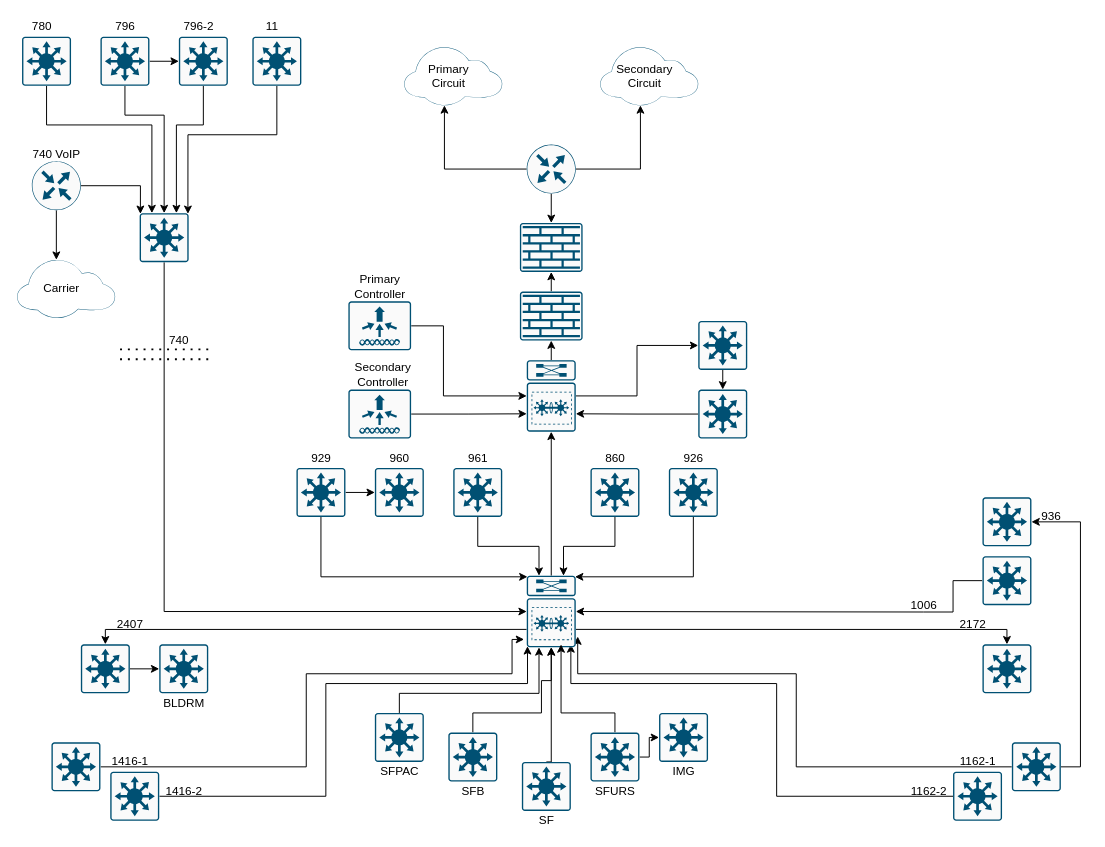
Before: page "Primary Site" (1 of 4) of nhlem.drawio in johnnynieves/test_diagrams, a draw.io diagram. Source tidied: cells renumbered, new cells numbered last; positions are measured from the earlier drawing's top-left corner, leaving out a move shared by most shapes. Both pictures are drawn from the tidied source at 98%, with x=0, y=0 at pixel (17, 17).
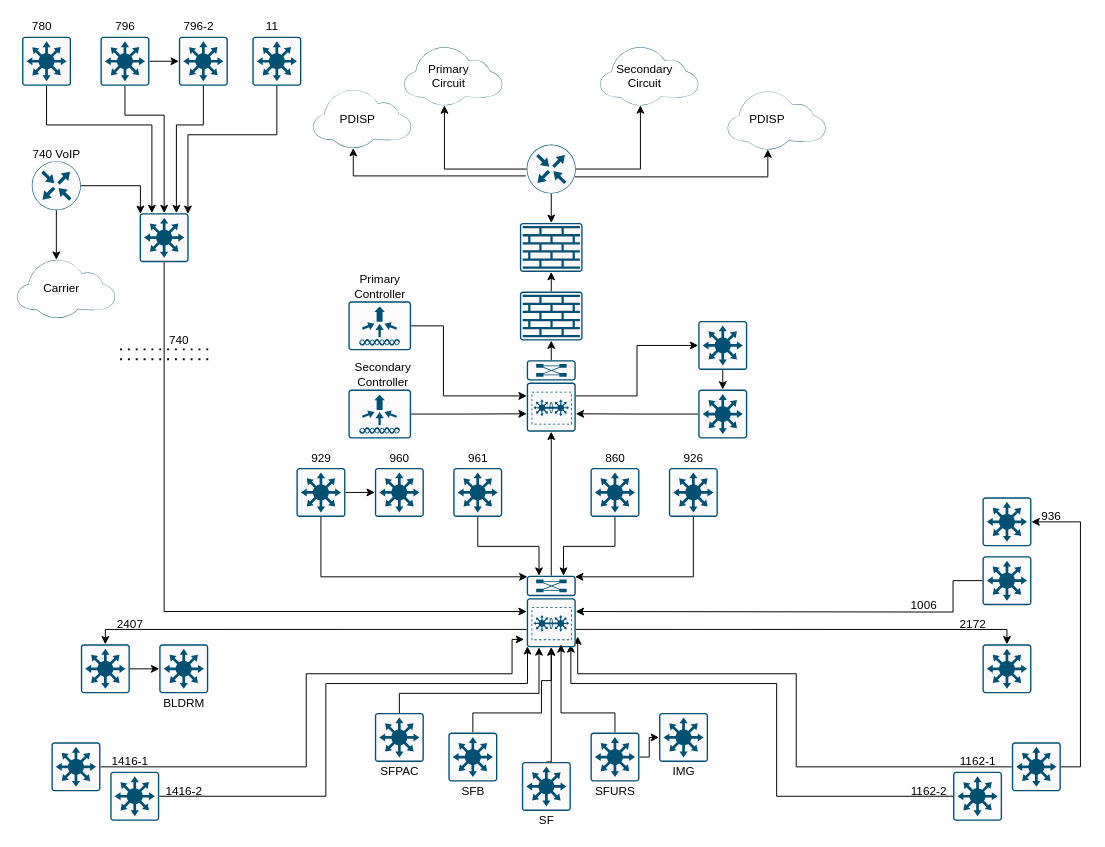
After the change.

Unchanged cells that the change refers to:
```xml
<mxCell id="70" style="sketch=0;points=[[0.5,0,0],[1,0.5,0],[0.5,1,0],[0,0.5,0],[0.145,0.145,0],[0.8555,0.145,0],[0.855,0.8555,0],[0.145,0.855,0]];verticalLabelPosition=bottom;html=1;verticalAlign=top;align=center;shape=mxgraph.cisco19.rect;prIcon=router;fillColor=#FAFAFA;strokeColor=#005073;" parent="1" vertex="1">
  <mxGeometry x="520" y="130" width="50" height="50" as="geometry" />
</mxCell>
```

Diff of the diagram source:
```diff
@@
+    <mxCell id="109" style="edgeStyle=orthogonalEdgeStyle;rounded=0;jettySize=auto;html=1;exitX=0.98;exitY=0.66;exitDx=0;exitDy=0;exitPerimeter=0;entryX=0.41;entryY=1;entryDx=0;entryDy=0;entryPerimeter=0;" parent="1" edge="1" source="70" target="110">
+      <mxGeometry relative="1" as="geometry" />
+    </mxCell>
+    <mxCell id="110" style="points=[[0,0.64,0],[0.2,0.15,0],[0.4,0.01,0],[0.79,0.25,0],[1,0.65,0],[0.8,0.86,0],[0.41,1,0],[0.16,0.86,0]];verticalLabelPosition=bottom;sketch=0;html=1;verticalAlign=top;align=center;shape=mxgraph.cisco19.cloud;fillColor=#186180;strokeColor=none;" parent="1" vertex="1">
+      <mxGeometry x="725" y="75" width="100" height="60" as="geometry" />
+    </mxCell>
+    <mxCell id="111" value="PDISP" style="text;html=1;align=center;verticalAlign=middle;fillColor=none;strokeColor=none;rounded=0;" parent="1" vertex="1">
+      <mxGeometry x="735" y="88.5" width="60" height="30" as="geometry" />
+    </mxCell>
+    <mxCell id="112" style="edgeStyle=orthogonalEdgeStyle;rounded=0;jettySize=auto;html=1;exitX=-0.02;exitY=0.64;exitDx=0;exitDy=0;exitPerimeter=0;entryX=0.41;entryY=1;entryDx=0;entryDy=0;entryPerimeter=0;" parent="1" edge="1" source="70" target="113">
+      <mxGeometry relative="1" as="geometry" />
+    </mxCell>
+    <mxCell id="113" style="points=[[0,0.64,0],[0.2,0.15,0],[0.4,0.01,0],[0.79,0.25,0],[1,0.65,0],[0.8,0.86,0],[0.41,1,0],[0.16,0.86,0]];verticalLabelPosition=bottom;sketch=0;html=1;verticalAlign=top;align=center;shape=mxgraph.cisco19.cloud;fillColor=#186180;strokeColor=none;" parent="1" vertex="1">
+      <mxGeometry x="302" y="73.5" width="100" height="60" as="geometry" />
+    </mxCell>
+    <mxCell id="114" value="PDISP" style="text;html=1;align=center;verticalAlign=middle;fillColor=none;strokeColor=none;rounded=0;" parent="1" vertex="1">
+      <mxGeometry x="317" y="88.5" width="60" height="30" as="geometry" />
+    </mxCell>
```
